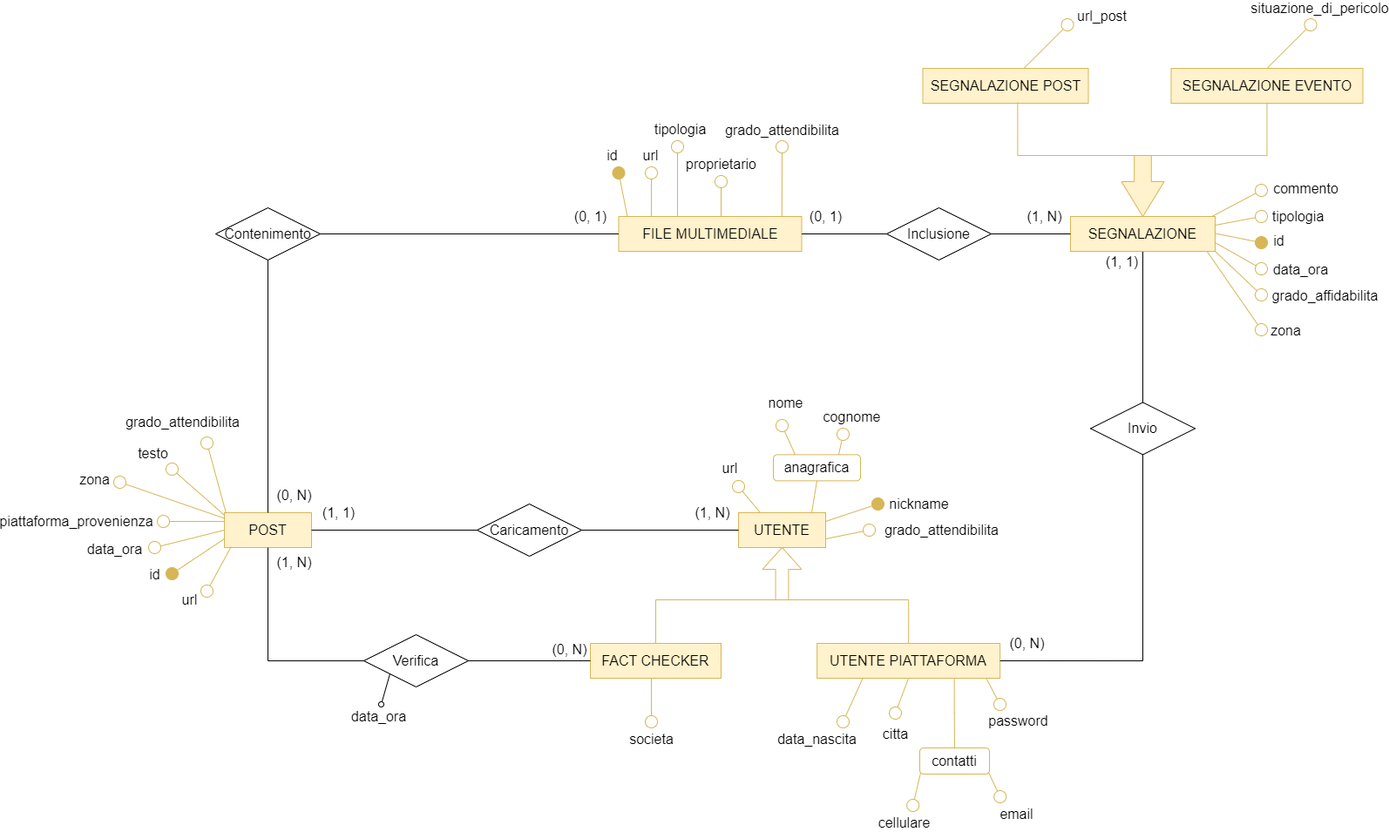
Earlier version of the draw.io export diagrammi e-r/Diag. Social network.png (faffolao/ProgettoBD2022). Source tidied: cells renumbered, new cells last; positions are measured from the earlier drawing's top-left corner, leaving out a move shared by most shapes.
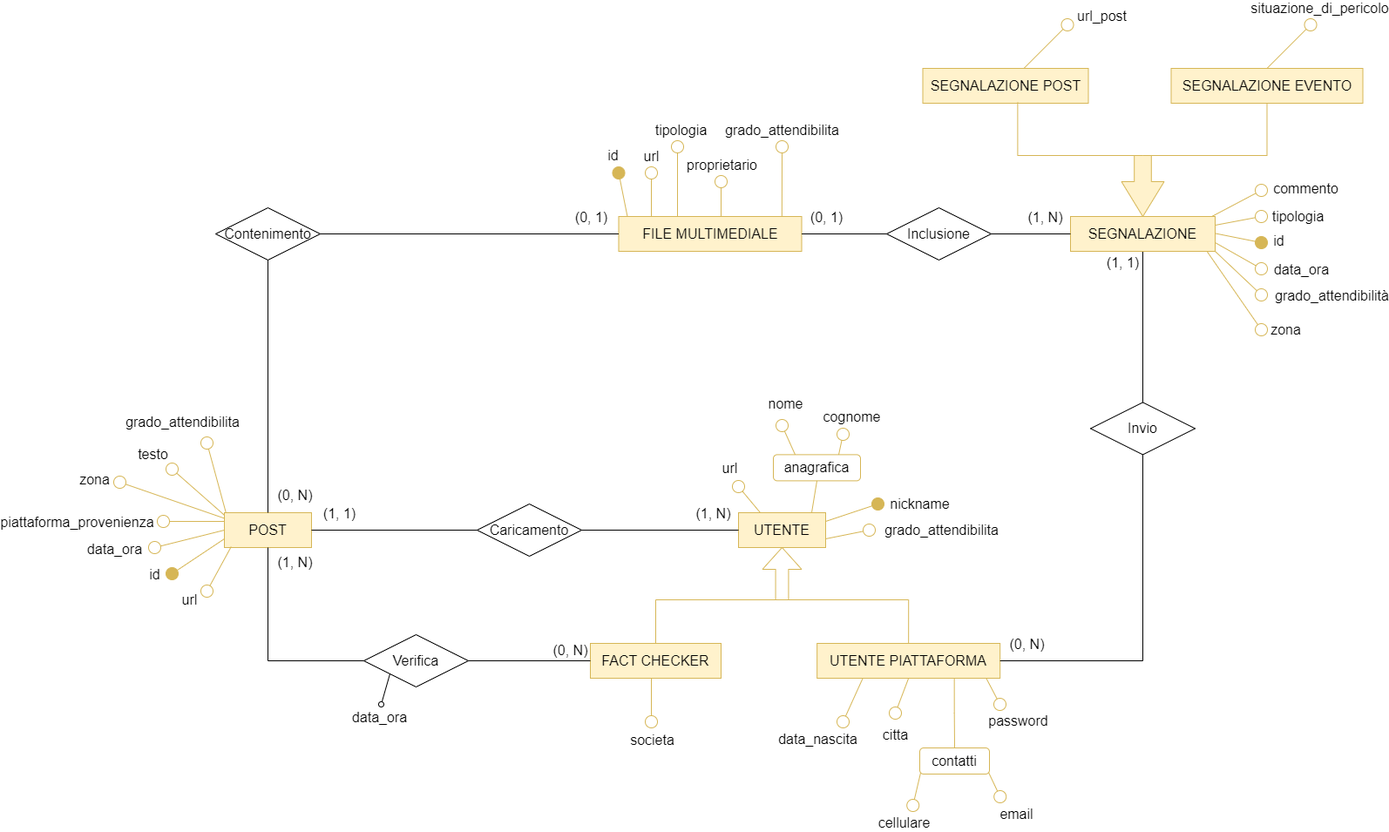
After the change.

Change to the diagram source:
```diff
@@ -305,9 +305,9 @@
         <mxPoint x="1257" y="260" as="targetPoint" />
       </mxGeometry>
     </mxCell>
-    <mxCell id="68" value="grado_affidabilita" style="edgeLabel;html=1;align=center;verticalAlign=middle;fontSize=16;" parent="67" vertex="1">
+    <mxCell id="68" value="grado_attendibilità" style="edgeLabel;html=1;align=center;verticalAlign=middle;fontSize=16;" parent="67" vertex="1">
       <mxGeometry x="0.63" relative="1" as="geometry">
-        <mxPoint x="116" y="41" as="offset" />
+        <mxPoint x="123" y="41" as="offset" />
       </mxGeometry>
     </mxCell>
     <mxCell id="69" style="endArrow=oval;html=1;rounded=0;strokeColor=#d6b656;strokeWidth=1;fontSize=12;startSize=14;endSize=14;startArrow=none;startFill=0;endFill=0;fillColor=#fff2cc;exitX=0.978;exitY=-0.002;exitDx=0;exitDy=0;exitPerimeter=0;" parent="1" edge="1" source="60">
```
